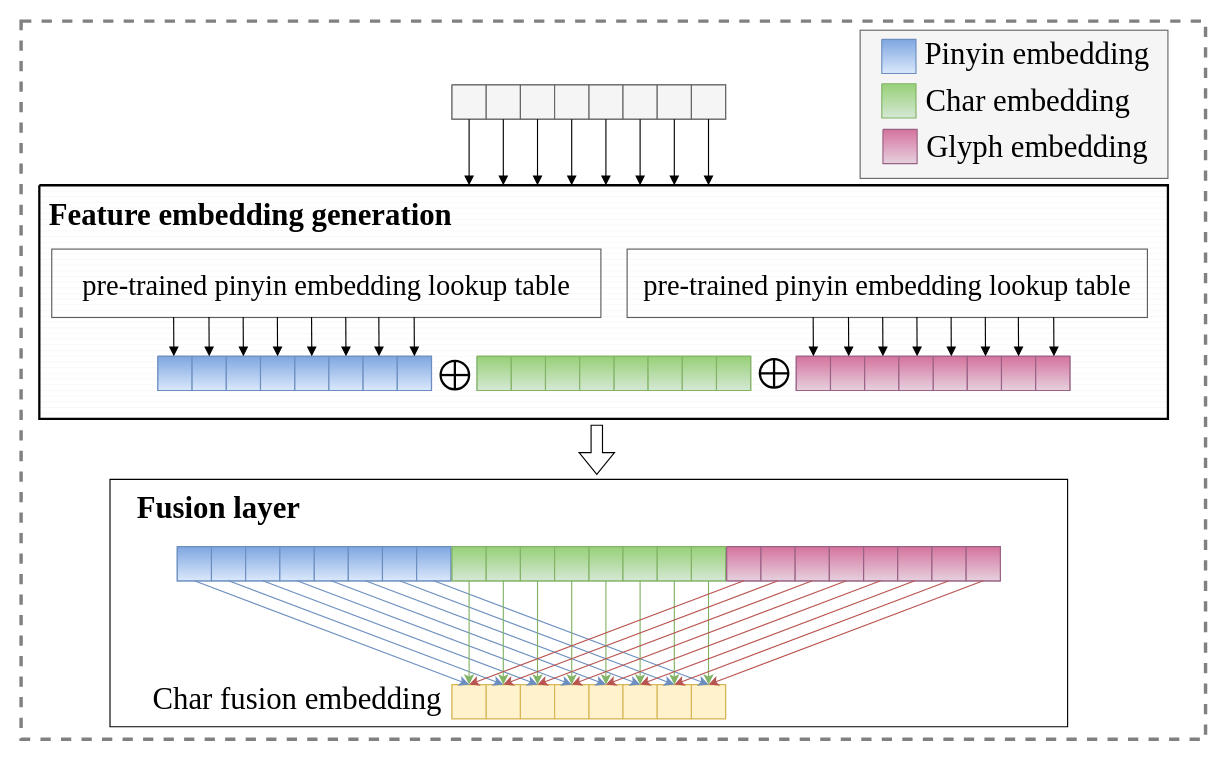
Above: page "第 3 页" (3 of 4) of SCLert_model.drawio in JJackMoO/Jackert_draw (draw.io), before the change. Source tidied: cells renumbered, new cells numbered last; positions are measured from the earlier drawing's top-left corner, leaving out a move shared by most shapes. Both pictures are drawn from the tidied source at 114%, with x=0, y=0 at pixel (21, 21).
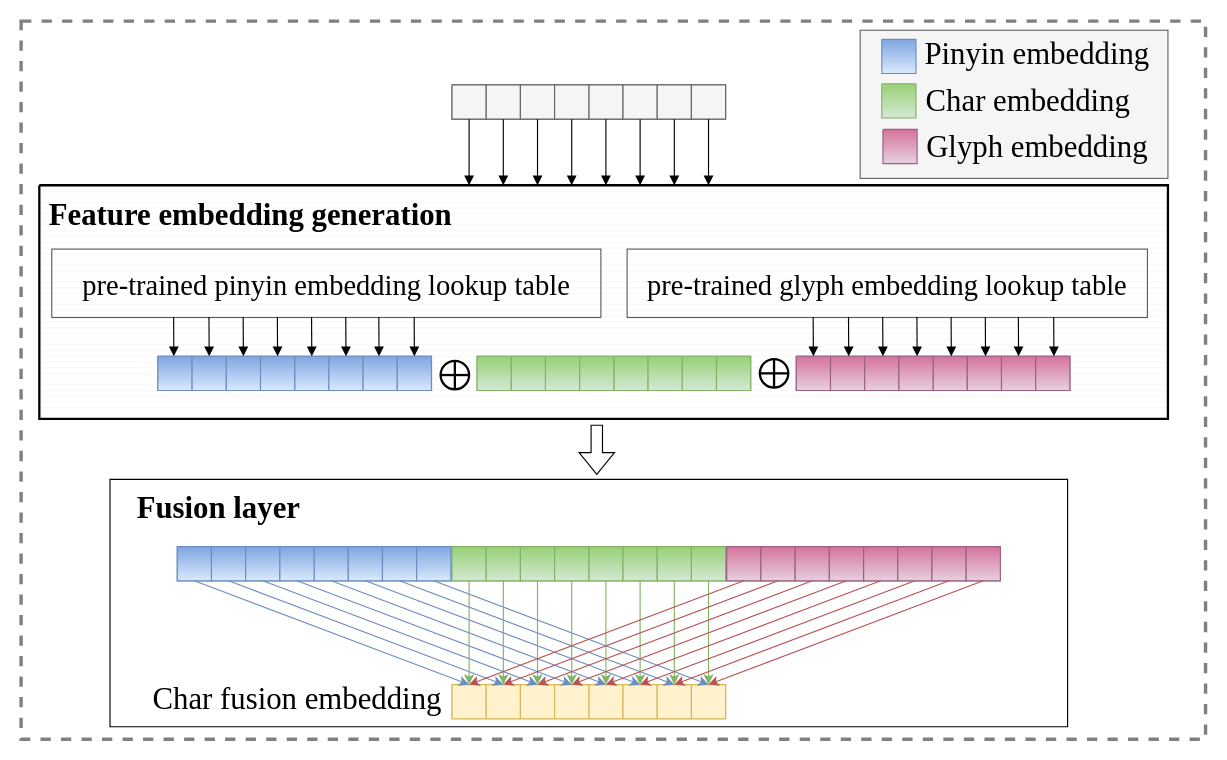
The same diagram, later.

Change to the diagram source:
```diff
@@
-    <mxCell id="94" value="&lt;font style=&quot;font-size: 25px;&quot;&gt;pre-trained pinyin embedding lookup table&lt;/font&gt;" style="rounded=0;whiteSpace=wrap;html=1;fontFamily=Times New Roman;fontSize=30;strokeColor=#5C5C5C;strokeWidth=1;fillColor=none;" parent="1" vertex="1">
+    <mxCell id="94" value="&lt;font style=&quot;font-size: 25px;&quot;&gt;pre-trained glyph embedding lookup table&lt;/font&gt;" style="rounded=0;whiteSpace=wrap;html=1;fontFamily=Times New Roman;fontSize=30;strokeColor=#5C5C5C;strokeWidth=1;fillColor=none;" parent="1" vertex="1">
       <mxGeometry x="531.6" y="200" width="456.4" height="60" as="geometry" />
     </mxCell>
```
